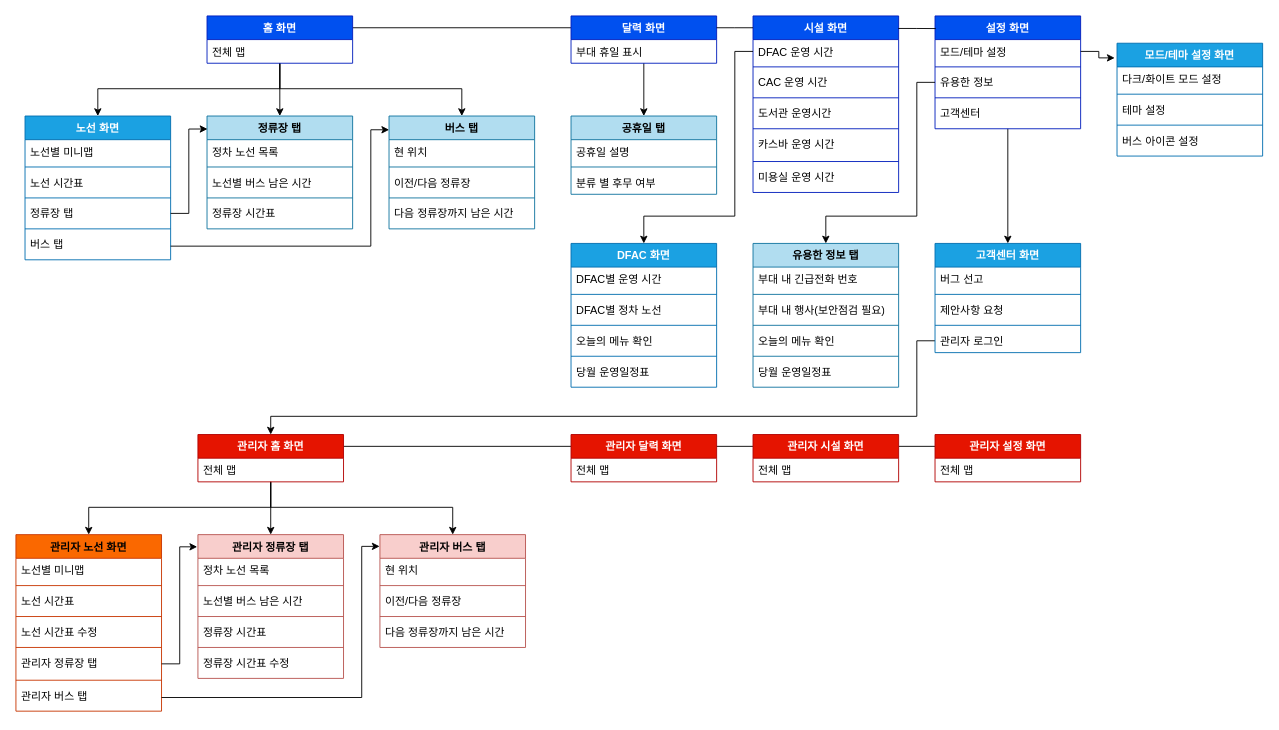
Earlier version of the draw.io diagram CaseyBus_IA_01.drawio (YaegunKim/Project18-CaseyBus). Source tidied: cells renumbered, new cells numbered last; positions are measured from the earlier drawing's top-left corner, leaving out a move shared by most shapes. Both pictures are drawn from the tidied source at 91%, with x=0, y=0 at pixel (15, 15).
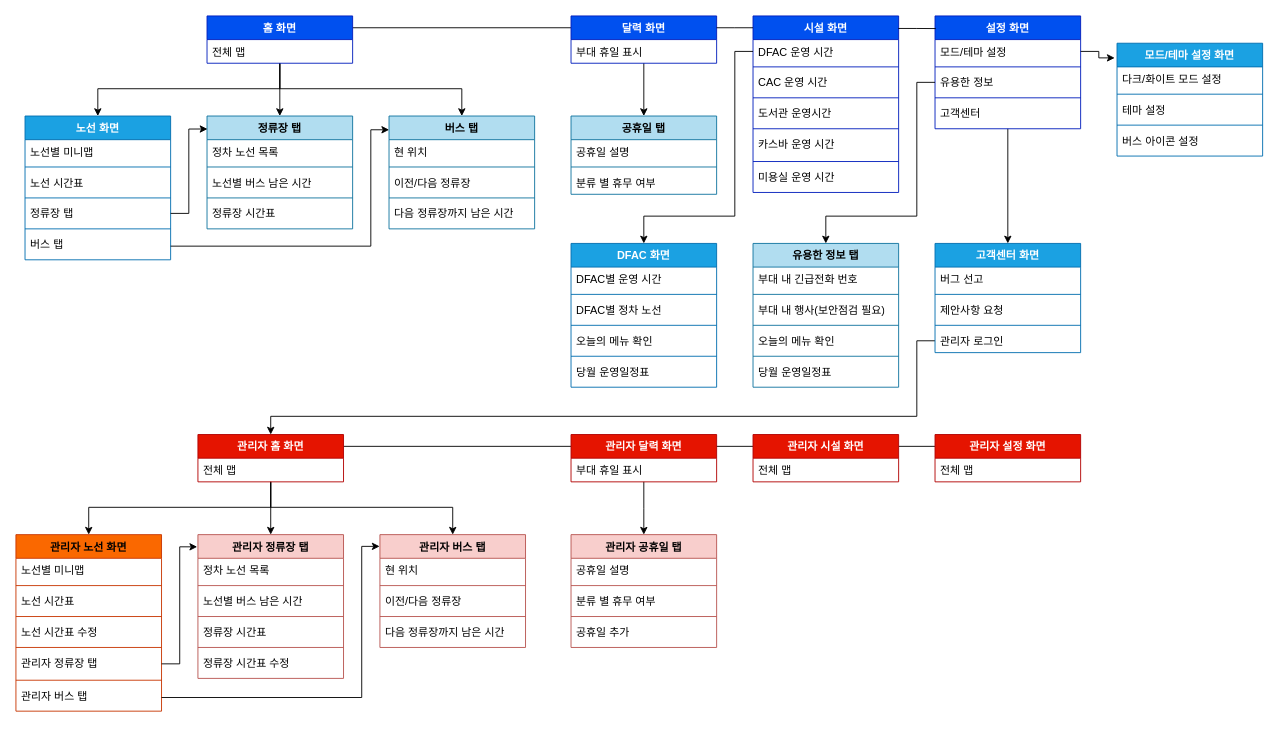
Above is the later version.

Unchanged cells that the change refers to:
```xml
<mxCell id="77" value="공휴일 탭" style="swimlane;fontStyle=1;align=center;verticalAlign=top;horizontal=1;startSize=26;whiteSpace=wrap;html=1;fillColor=#b1ddf0;strokeColor=#10739e;" parent="1" vertex="1">
  <mxGeometry x="610" y="110" width="160" height="86" as="geometry" />
</mxCell>
<mxCell id="95" value="관리자 달력 화면" style="swimlane;fontStyle=1;align=center;verticalAlign=top;horizontal=1;startSize=26;whiteSpace=wrap;html=1;fillColor=#e51400;fontColor=#ffffff;strokeColor=#B20000;" parent="1" vertex="1">
  <mxGeometry x="610" y="460" width="160" height="52" as="geometry" />
</mxCell>
```

Change to the diagram source:
```diff
@@
-    <mxCell id="80" value="분류 별 후무 여부" style="text;strokeColor=none;fillColor=none;align=left;verticalAlign=top;spacingLeft=4;spacingRight=4;overflow=hidden;whiteSpace=wrap;html=1;" parent="77" vertex="1">
+    <mxCell id="80" value="분류 별 휴&lt;span style=&quot;background-color: transparent; color: light-dark(rgb(0, 0, 0), rgb(255, 255, 255));&quot;&gt;무 여부&lt;/span&gt;" style="text;strokeColor=none;fillColor=none;align=left;verticalAlign=top;spacingLeft=4;spacingRight=4;overflow=hidden;whiteSpace=wrap;html=1;" parent="77" vertex="1">
       <mxGeometry y="60" width="160" height="26" as="geometry" />
     </mxCell>
@@
+    <mxCell id="128" style="edgeStyle=orthogonalEdgeStyle;rounded=0;jettySize=auto;html=1;entryX=0.5;entryY=0;entryDx=0;entryDy=0;" parent="1" edge="1" source="95">
+      <mxGeometry relative="1" as="geometry">
+        <mxPoint x="690" y="570" as="targetPoint" />
+      </mxGeometry>
+    </mxCell>
@@
-    <mxCell id="96" value="전체 맵" style="text;strokeColor=none;fillColor=none;align=left;verticalAlign=top;spacingLeft=4;spacingRight=4;overflow=hidden;whiteSpace=wrap;html=1;" parent="95" vertex="1">
+    <mxCell id="96" value="부대 휴일 표시" style="text;strokeColor=none;fillColor=none;align=left;verticalAlign=top;spacingLeft=4;spacingRight=4;overflow=hidden;whiteSpace=wrap;html=1;" parent="95" vertex="1">
       <mxGeometry y="26" width="160" height="26" as="geometry" />
     </mxCell>
@@
+    <mxCell id="129" value="관리자 공휴일 탭" style="swimlane;fontStyle=1;align=center;verticalAlign=top;horizontal=1;startSize=26;whiteSpace=wrap;html=1;fillColor=#f8cecc;strokeColor=#b85450;" parent="1" vertex="1">
+      <mxGeometry x="610" y="570" width="160" height="124" as="geometry" />
+    </mxCell>
+    <mxCell id="130" value="공휴일 설명" style="text;strokeColor=none;fillColor=none;align=left;verticalAlign=top;spacingLeft=4;spacingRight=4;overflow=hidden;whiteSpace=wrap;html=1;" parent="129" vertex="1">
+      <mxGeometry y="26" width="160" height="26" as="geometry" />
+    </mxCell>
+    <mxCell id="131" style="line;strokeWidth=1;fillColor=none;align=left;verticalAlign=middle;spacingTop=-1;spacingLeft=3;spacingRight=3;labelPosition=right;strokeColor=inherit;" parent="129" vertex="1">
+      <mxGeometry y="52" width="160" height="8" as="geometry" />
+    </mxCell>
+    <mxCell id="132" value="분류 별 휴무 여부" style="text;strokeColor=none;fillColor=none;align=left;verticalAlign=top;spacingLeft=4;spacingRight=4;overflow=hidden;whiteSpace=wrap;html=1;" parent="129" vertex="1">
+      <mxGeometry y="60" width="160" height="26" as="geometry" />
+    </mxCell>
+    <mxCell id="133" style="line;strokeWidth=1;fillColor=none;align=left;verticalAlign=middle;spacingTop=-1;spacingLeft=3;spacingRight=3;labelPosition=right;strokeColor=inherit;" parent="129" vertex="1">
+      <mxGeometry y="86" width="160" height="8" as="geometry" />
+    </mxCell>
+    <mxCell id="134" value="공휴일 추가" style="text;strokeColor=none;fillColor=none;align=left;verticalAlign=top;spacingLeft=4;spacingRight=4;overflow=hidden;whiteSpace=wrap;html=1;" parent="129" vertex="1">
+      <mxGeometry y="94" width="160" height="30" as="geometry" />
+    </mxCell>
```
